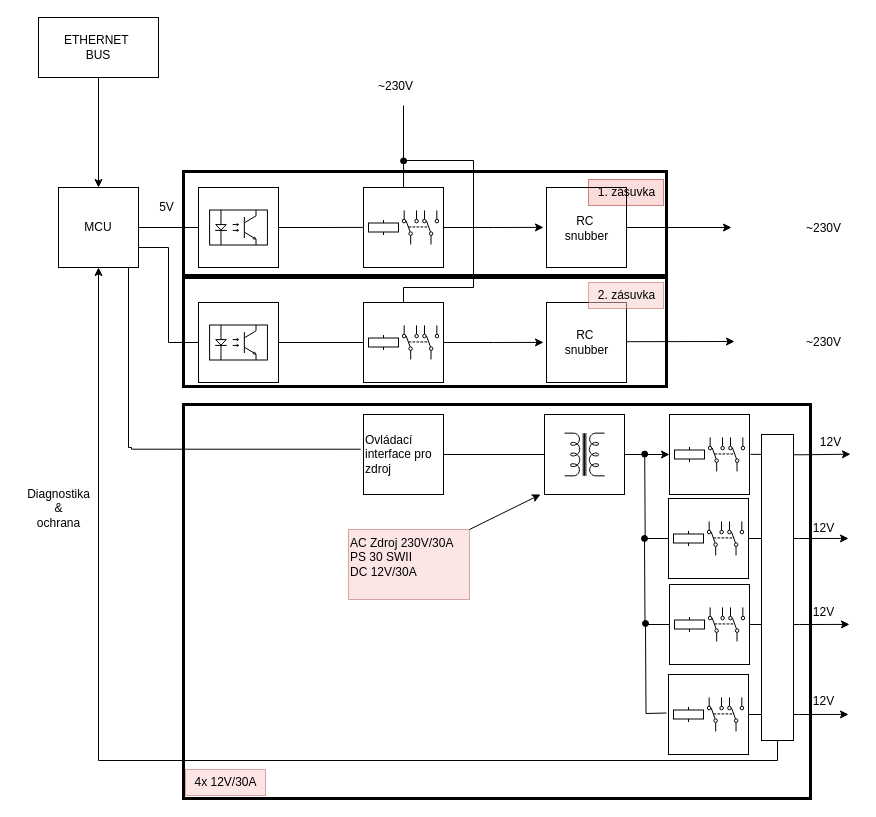
This is blokove_schema.drawio from AdminTextilka/Bakalarka, a draw.io file, before an edit. Source tidied: cells renumbered, new cells numbered last; positions are measured from the earlier drawing's top-left corner, leaving out a move shared by most shapes. Both pictures are drawn from the tidied source at 100%, with x=0, y=0 at pixel (17, 17).
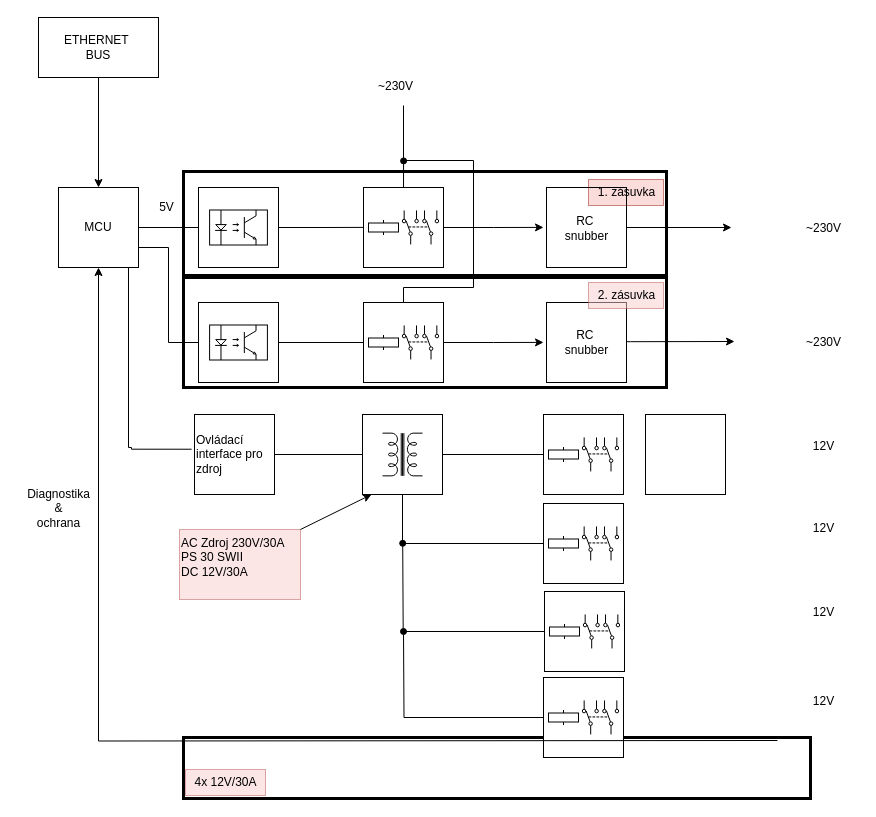
The same page after the edit.

The change refers to these unchanged cells:
```xml
<mxCell id="11" value="MCU" style="whiteSpace=wrap;html=1;" parent="1" vertex="1">
  <mxGeometry x="41" y="170" width="80" height="80" as="geometry" />
</mxCell>
<mxCell id="45" style="whiteSpace=wrap;html=1;" parent="44" vertex="1">
  <mxGeometry width="80" height="80" as="geometry" />
</mxCell>
<mxCell id="48" style="whiteSpace=wrap;html=1;" parent="47" vertex="1">
  <mxGeometry width="80" height="80" as="geometry" />
</mxCell>
<mxCell id="54" style="whiteSpace=wrap;html=1;" parent="51" vertex="1">
  <mxGeometry width="80" height="80" as="geometry" />
</mxCell>
<mxCell id="59" style="whiteSpace=wrap;html=1;" parent="57" vertex="1">
  <mxGeometry width="80" height="80" as="geometry" />
</mxCell>
<mxCell id="65" style="whiteSpace=wrap;html=1;" parent="63" vertex="1">
  <mxGeometry width="80" height="80" as="geometry" />
</mxCell>
```

Diff of the diagram source:
```diff
@@
+    <mxCell id="33" style="rounded=0;whiteSpace=wrap;html=1;fillColor=none;strokeWidth=3;" parent="1" vertex="1">
+      <mxGeometry x="166" y="154" width="483" height="104" as="geometry" />
+    </mxCell>
+    <mxCell id="38" style="rounded=0;whiteSpace=wrap;html=1;fillColor=none;strokeWidth=3;" parent="1" vertex="1">
+      <mxGeometry x="166" y="260" width="483" height="110" as="geometry" />
+    </mxCell>
@@
     <mxCell id="29" value="12V" style="text;html=1;align=center;verticalAlign=middle;strokeColor=none;fillColor=none;" parent="1" vertex="1">
-      <mxGeometry x="793" y="410" width="40" height="30" as="geometry" />
+      <mxGeometry x="785.5" y="414" width="40" height="30" as="geometry" />
     </mxCell>
@@
-    <mxCell id="33" style="rounded=0;whiteSpace=wrap;html=1;fillColor=none;strokeWidth=3;" parent="1" vertex="1">
-      <mxGeometry x="166" y="154" width="483" height="104" as="geometry" />
-    </mxCell>
@@
-    <mxCell id="38" style="rounded=0;whiteSpace=wrap;html=1;fillColor=none;strokeWidth=3;" parent="1" vertex="1">
-      <mxGeometry x="166" y="260" width="483" height="109" as="geometry" />
-    </mxCell>
@@
     <mxCell id="43" style="rounded=0;whiteSpace=wrap;html=1;fillColor=none;strokeWidth=3;" parent="1" vertex="1">
-      <mxGeometry x="166" y="387" width="627" height="394" as="geometry" />
+      <mxGeometry x="166" y="720" width="627" height="61" as="geometry" />
     </mxCell>
     <mxCell id="44" style="group;" parent="1" vertex="1">
-      <mxGeometry x="527" y="397" width="80" height="80" as="geometry" />
+      <mxGeometry x="345" y="397" width="80" height="80" as="geometry" />
     </mxCell>
@@
     <mxCell id="47" style="group;" parent="1" vertex="1">
-      <mxGeometry x="652" y="397" width="80" height="80" as="geometry" />
+      <mxGeometry x="526" y="397" width="80" height="80" as="geometry" />
     </mxCell>
@@
     <mxCell id="51" style="group;" parent="1" vertex="1">
-      <mxGeometry x="651" y="481" width="80" height="80" as="geometry" />
+      <mxGeometry x="526" y="486" width="80" height="80" as="geometry" />
     </mxCell>
-    <mxCell id="52" style="edgeStyle=orthogonalEdgeStyle;rounded=0;jettySize=auto;html=1;exitX=1;exitY=0.5;exitDx=0;exitDy=0;" parent="51" edge="1" source="54">
-      <mxGeometry relative="1" as="geometry">
-        <mxPoint x="180" y="39.9" as="targetPoint" />
-      </mxGeometry>
-    </mxCell>
-    <mxCell id="53" style="edgeStyle=orthogonalEdgeStyle;rounded=0;jettySize=auto;html=1;exitX=0;exitY=0.5;exitDx=0;exitDy=0;endArrow=oval;endFill=1;" parent="51" edge="1" source="54">
-      <mxGeometry relative="1" as="geometry">
-        <mxPoint x="-23.8" y="-44.4" as="targetPoint" />
-      </mxGeometry>
-    </mxCell>
@@
     <mxCell id="57" style="group;" parent="1" vertex="1">
-      <mxGeometry x="652" y="567" width="80" height="80" as="geometry" />
+      <mxGeometry x="527" y="574" width="80" height="80" as="geometry" />
     </mxCell>
-    <mxCell id="58" style="edgeStyle=orthogonalEdgeStyle;rounded=0;jettySize=auto;html=1;exitX=1;exitY=0.5;exitDx=0;exitDy=0;" parent="57" edge="1" source="59">
-      <mxGeometry relative="1" as="geometry">
-        <mxPoint x="180" y="39.9" as="targetPoint" />
-      </mxGeometry>
-    </mxCell>
+    <mxCell id="82" style="edgeStyle=orthogonalEdgeStyle;rounded=0;jettySize=auto;html=1;endArrow=oval;endFill=1;" parent="57" edge="1" source="59">
+      <mxGeometry relative="1" as="geometry">
+        <mxPoint x="-141.8" y="-48.2" as="targetPoint" />
+      </mxGeometry>
+    </mxCell>
@@
-    <mxCell id="61" style="edgeStyle=orthogonalEdgeStyle;rounded=0;jettySize=auto;html=1;exitX=0;exitY=0.5;exitDx=0;exitDy=0;endArrow=oval;endFill=1;" parent="57" edge="1" source="59">
-      <mxGeometry relative="1" as="geometry">
-        <mxPoint x="-25" y="-46" as="targetPoint" />
-      </mxGeometry>
-    </mxCell>
@@
     <mxCell id="63" style="group;" parent="1" vertex="1">
-      <mxGeometry x="651" y="657" width="80" height="80" as="geometry" />
+      <mxGeometry x="526" y="660" width="80" height="80" as="geometry" />
     </mxCell>
-    <mxCell id="64" style="edgeStyle=orthogonalEdgeStyle;rounded=0;jettySize=auto;html=1;exitX=1;exitY=0.5;exitDx=0;exitDy=0;" parent="63" edge="1" source="65">
-      <mxGeometry relative="1" as="geometry">
-        <mxPoint x="180" y="39.9" as="targetPoint" />
-      </mxGeometry>
-    </mxCell>
+    <mxCell id="83" style="edgeStyle=orthogonalEdgeStyle;rounded=0;jettySize=auto;html=1;endArrow=oval;endFill=1;" parent="63" edge="1" source="65">
+      <mxGeometry relative="1" as="geometry">
+        <mxPoint x="-140" y="-46" as="targetPoint" />
+      </mxGeometry>
+    </mxCell>
@@
-    <mxCell id="68" style="edgeStyle=orthogonalEdgeStyle;rounded=0;orthogonalLoop=1;jettySize=auto;html=1;exitX=1;exitY=0.5;exitDx=0;exitDy=0;" parent="1" edge="1">
-      <mxGeometry relative="1" as="geometry">
-        <mxPoint x="733" y="436.8" as="sourcePoint" />
-        <mxPoint x="833" y="436.7" as="targetPoint" />
-      </mxGeometry>
-    </mxCell>
@@
-    <mxCell id="72" style="edgeStyle=orthogonalEdgeStyle;rounded=0;jettySize=auto;html=1;exitX=1;exitY=0.5;exitDx=0;exitDy=0;entryX=0;entryY=0.5;entryDx=0;entryDy=0;" parent="1" edge="1" source="45" target="48">
-      <mxGeometry relative="1" as="geometry" />
-    </mxCell>
-    <mxCell id="73" style="edgeStyle=orthogonalEdgeStyle;rounded=0;orthogonalLoop=1;jettySize=auto;html=1;exitX=0;exitY=0.5;exitDx=0;exitDy=0;endArrow=oval;endFill=1;" parent="1" edge="1">
-      <mxGeometry relative="1" as="geometry">
-        <mxPoint x="649" y="695.5" as="sourcePoint" />
-        <mxPoint x="628" y="606" as="targetPoint" />
-      </mxGeometry>
-    </mxCell>
-    <mxCell id="74" style="edgeStyle=orthogonalEdgeStyle;rounded=0;jettySize=auto;html=1;exitX=0.5;exitY=1;exitDx=0;exitDy=0;entryX=0.5;entryY=1;entryDx=0;entryDy=0;" parent="1" edge="1" source="75" target="11">
-      <mxGeometry relative="1" as="geometry" />
+    <mxCell id="74" style="edgeStyle=orthogonalEdgeStyle;rounded=0;jettySize=auto;html=1;exitX=0.5;exitY=1;exitDx=0;exitDy=0;entryX=0.5;entryY=1;entryDx=0;entryDy=0;" parent="1" edge="1" target="11">
+      <mxGeometry relative="1" as="geometry">
+        <mxPoint x="760" y="723" as="sourcePoint" />
+      </mxGeometry>
     </mxCell>
-    <mxCell id="75" style="rounded=0;whiteSpace=wrap;html=1;" parent="1" vertex="1">
-      <mxGeometry x="744" y="417" width="32" height="306" as="geometry" />
-    </mxCell>
@@
     <mxCell id="78" value="AC Zdroj 230V/30A&lt;br&gt;PS 30 SWII&lt;br&gt;DC 12V&lt;span style=&quot;background-color: initial;&quot;&gt;/30A&lt;/span&gt;&lt;div&gt;&lt;div&gt;&lt;br&gt;&lt;/div&gt;&lt;/div&gt;" style="text;html=1;align=left;verticalAlign=middle;strokeColor=#b85450;fillColor=#f8cecc;opacity=50;" parent="1" vertex="1">
-      <mxGeometry x="331" y="512" width="121" height="70" as="geometry" />
+      <mxGeometry x="162" y="512" width="121" height="70" as="geometry" />
     </mxCell>
     <mxCell id="79" style="endArrow=classic;html=1;rounded=0;" parent="1" edge="1">
       <mxGeometry relative="1" as="geometry">
-        <mxPoint x="452" y="512" as="sourcePoint" />
-        <mxPoint x="523" y="477" as="targetPoint" />
+        <mxPoint x="283" y="512" as="sourcePoint" />
+        <mxPoint x="354" y="477" as="targetPoint" />
       </mxGeometry>
     </mxCell>
@@
     <mxCell id="81" value="Ovládací interface pro zdroj" style="whiteSpace=wrap;html=1;align=left;" parent="1" vertex="1">
-      <mxGeometry x="346" y="397" width="80" height="80" as="geometry" />
+      <mxGeometry x="177" y="397" width="80" height="80" as="geometry" />
     </mxCell>
+    <mxCell id="72" style="edgeStyle=orthogonalEdgeStyle;rounded=0;jettySize=auto;html=1;endArrow=none;endFill=0;entryX=0;entryY=0.5;entryDx=0;entryDy=0;" parent="1" edge="1" source="45" target="48">
+      <mxGeometry relative="1" as="geometry" />
+    </mxCell>
+    <mxCell id="84" style="edgeStyle=orthogonalEdgeStyle;rounded=0;jettySize=auto;html=1;entryX=0.5;entryY=1;entryDx=0;entryDy=0;endArrow=none;endFill=0;" parent="1" edge="1" source="54" target="45">
+      <mxGeometry relative="1" as="geometry" />
+    </mxCell>
+    <mxCell id="85" style="whiteSpace=wrap;html=1;" parent="1" vertex="1">
+      <mxGeometry x="628" y="397" width="80" height="80" as="geometry" />
+    </mxCell>
```
